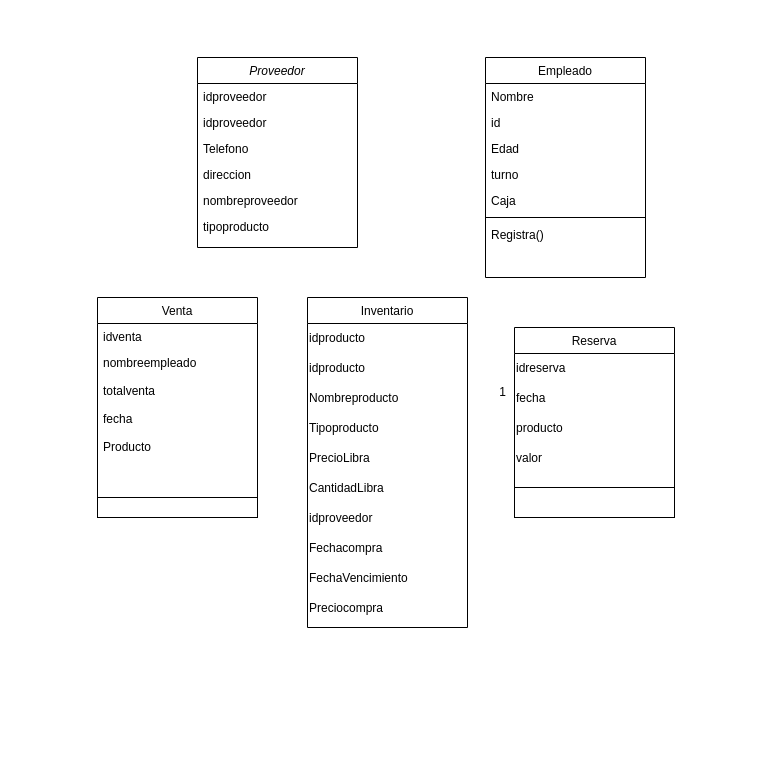
Above: Calida.drawio in Cris25nkl/DIAGRAMS_BD (draw.io), before the change. Source tidied: cells renumbered, new cells numbered last; positions are measured from the earlier drawing's top-left corner, leaving out a move shared by most shapes. Both pictures are drawn from the tidied source at 100%, with x=0, y=0 at pixel (97, 57).
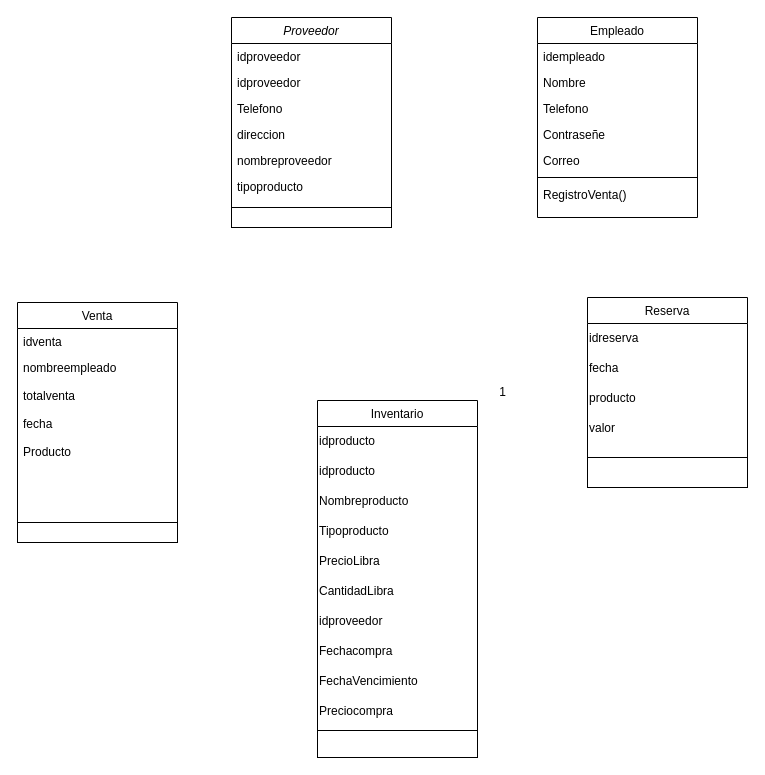
After the change.

Change to the diagram source:
```diff
@@
     <mxCell id="2" value="Proveedor" style="swimlane;fontStyle=2;align=center;verticalAlign=top;horizontal=1;startSize=26;rounded=0;shadow=0;strokeWidth=1;" parent="1" vertex="1">
-      <mxGeometry x="100" width="160" height="190" as="geometry" />
+      <mxGeometry x="134" y="-40" width="160" height="190" as="geometry" />
     </mxCell>
@@
     <mxCell id="9" value="Venta" style="swimlane;fontStyle=0;align=center;verticalAlign=top;horizontal=1;startSize=26;rounded=0;shadow=0;strokeWidth=1;" parent="1" vertex="1">
-      <mxGeometry y="240" width="160" height="220" as="geometry" />
+      <mxGeometry x="-80" y="245" width="160" height="220" as="geometry" />
     </mxCell>
@@
     <mxCell id="15" value="Inventario" style="swimlane;fontStyle=0;align=center;verticalAlign=top;horizontal=1;startSize=26;rounded=0;shadow=0;strokeWidth=1;" parent="1" vertex="1">
-      <mxGeometry x="210" y="240" width="160" height="330" as="geometry" />
+      <mxGeometry x="220" y="343" width="160" height="330" as="geometry" />
     </mxCell>
@@
     <mxCell id="26" value="Empleado" style="swimlane;fontStyle=0;align=center;verticalAlign=top;horizontal=1;startSize=26;rounded=0;shadow=0;strokeWidth=1;" parent="1" vertex="1">
-      <mxGeometry x="388" width="160" height="220" as="geometry" />
+      <mxGeometry x="440" y="-40" width="160" height="200" as="geometry" />
     </mxCell>
-    <mxCell id="27" value="Nombre" style="text;align=left;verticalAlign=top;spacingLeft=4;spacingRight=4;overflow=hidden;" parent="26" vertex="1">
+    <mxCell id="27" value="idempleado" style="text;align=left;verticalAlign=top;spacingLeft=4;spacingRight=4;overflow=hidden;" parent="26" vertex="1">
       <mxGeometry y="26" width="160" height="26" as="geometry" />
     </mxCell>
-    <mxCell id="28" value="id" style="text;align=left;verticalAlign=top;spacingLeft=4;spacingRight=4;overflow=hidden;rounded=0;shadow=0;html=0;" parent="26" vertex="1">
+    <mxCell id="28" value="Nombre" style="text;align=left;verticalAlign=top;spacingLeft=4;spacingRight=4;overflow=hidden;rounded=0;shadow=0;html=0;" parent="26" vertex="1">
       <mxGeometry y="52" width="160" height="26" as="geometry" />
     </mxCell>
-    <mxCell id="29" value="Edad" style="text;align=left;verticalAlign=top;spacingLeft=4;spacingRight=4;overflow=hidden;rounded=0;shadow=0;html=0;" parent="26" vertex="1">
+    <mxCell id="29" value="Telefono" style="text;align=left;verticalAlign=top;spacingLeft=4;spacingRight=4;overflow=hidden;rounded=0;shadow=0;html=0;" parent="26" vertex="1">
       <mxGeometry y="78" width="160" height="26" as="geometry" />
     </mxCell>
-    <mxCell id="30" value="turno" style="text;align=left;verticalAlign=top;spacingLeft=4;spacingRight=4;overflow=hidden;rounded=0;shadow=0;html=0;" parent="26" vertex="1">
+    <mxCell id="30" value="Contraseñe" style="text;align=left;verticalAlign=top;spacingLeft=4;spacingRight=4;overflow=hidden;rounded=0;shadow=0;html=0;" parent="26" vertex="1">
       <mxGeometry y="104" width="160" height="26" as="geometry" />
     </mxCell>
-    <mxCell id="31" value="Caja" style="text;align=left;verticalAlign=top;spacingLeft=4;spacingRight=4;overflow=hidden;rounded=0;shadow=0;html=0;" parent="26" vertex="1">
+    <mxCell id="31" value="Correo" style="text;align=left;verticalAlign=top;spacingLeft=4;spacingRight=4;overflow=hidden;rounded=0;shadow=0;html=0;" parent="26" vertex="1">
       <mxGeometry y="130" width="160" height="26" as="geometry" />
     </mxCell>
@@
-    <mxCell id="33" value="Registra()" style="text;align=left;verticalAlign=top;spacingLeft=4;spacingRight=4;overflow=hidden;" parent="26" vertex="1">
+    <mxCell id="33" value="RegistroVenta()" style="text;align=left;verticalAlign=top;spacingLeft=4;spacingRight=4;overflow=hidden;" parent="26" vertex="1">
       <mxGeometry y="164" width="160" height="26" as="geometry" />
     </mxCell>
     <mxCell id="34" value="Reserva" style="swimlane;fontStyle=0;align=center;verticalAlign=top;horizontal=1;startSize=26;rounded=0;shadow=0;strokeWidth=1;" parent="1" vertex="1">
-      <mxGeometry x="417" y="270" width="160" height="160" as="geometry" />
+      <mxGeometry x="490" y="240" width="160" height="160" as="geometry" />
     </mxCell>
@@
     <mxCell id="40" style="whiteSpace=wrap;html=1;verticalAlign=top;fontStyle=0;startSize=26;rounded=0;shadow=0;strokeWidth=1;" parent="1" vertex="1">
-      <mxGeometry y="440" width="160" height="20" as="geometry" />
+      <mxGeometry x="-80" y="465" width="160" height="20" as="geometry" />
     </mxCell>
     <mxCell id="41" style="whiteSpace=wrap;html=1;verticalAlign=top;fontStyle=0;startSize=26;rounded=0;shadow=0;strokeWidth=1;" parent="1" vertex="1">
-      <mxGeometry x="417" y="430" width="160" height="30" as="geometry" />
+      <mxGeometry x="490" y="400" width="160" height="30" as="geometry" />
     </mxCell>
+    <mxCell id="42" style="whiteSpace=wrap;html=1;verticalAlign=top;fontStyle=2;startSize=26;rounded=0;shadow=0;strokeWidth=1;" parent="1" vertex="1">
+      <mxGeometry x="134" y="150" width="160" height="20" as="geometry" />
+    </mxCell>
+    <mxCell id="43" style="whiteSpace=wrap;html=1;verticalAlign=top;fontStyle=0;startSize=26;rounded=0;shadow=0;strokeWidth=1;" parent="1" vertex="1">
+      <mxGeometry x="220" y="673" width="160" height="27" as="geometry" />
+    </mxCell>
```
